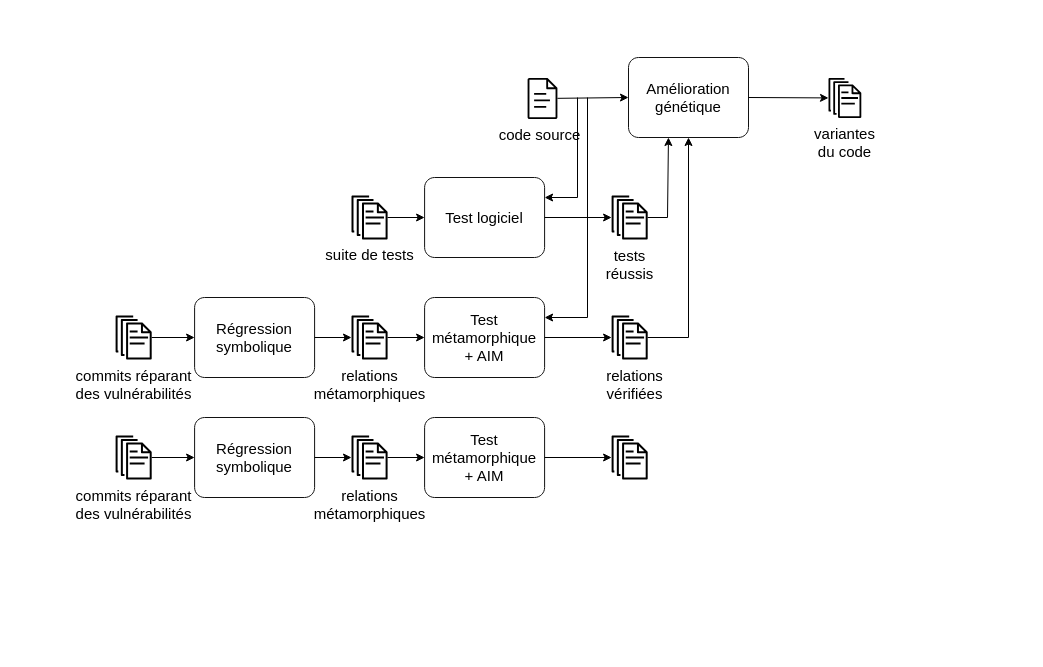
yoann-marquer/Diagrams keeps this draw.io diagram as researchProject2025.drawio. Above is the earlier version. Source tidied: cells renumbered, new cells numbered last; positions are measured from the earlier drawing's top-left corner, leaving out a move shared by most shapes. Both pictures are drawn from the tidied source at 100%, with x=0, y=0 at pixel (63, 57).
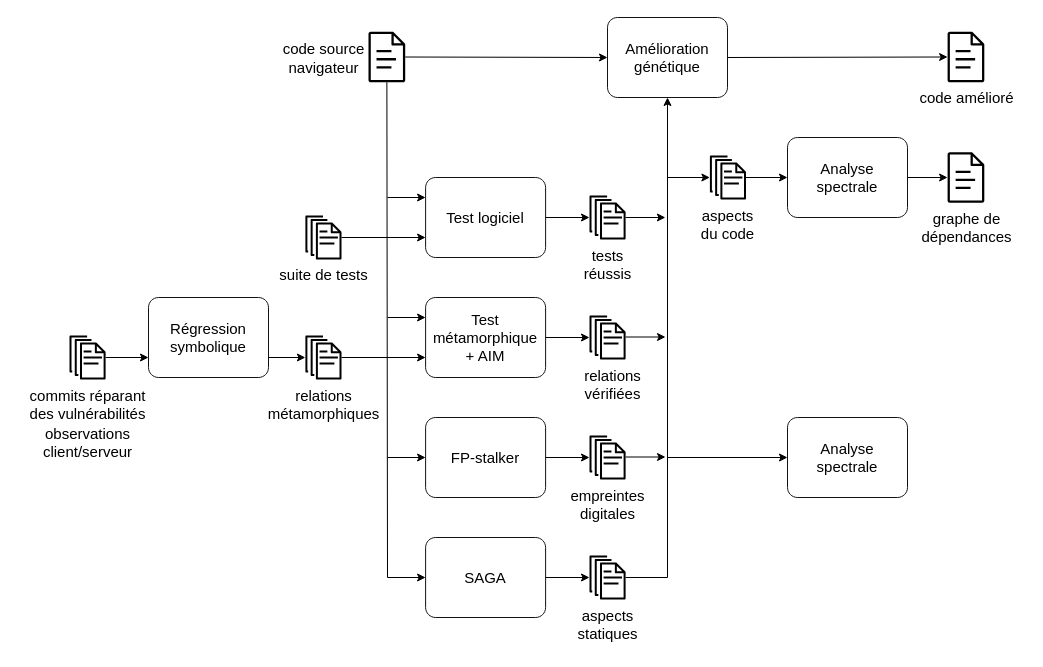
The same diagram, later.

Commit message:
restructuration de tous les aspects

Change to the diagram source:
```diff
@@
     <mxCell id="2" style="sketch=0;outlineConnect=0;fontColor=#232F3E;gradientColor=none;fillColor=light-dark(#000000, #bec8d4);strokeColor=none;dashed=0;verticalLabelPosition=bottom;verticalAlign=top;align=center;html=1;fontSize=12;fontStyle=0;shape=mxgraph.aws4.document;" parent="1" vertex="1">
-      <mxGeometry x="464" y="20.5" width="30" height="41" as="geometry" />
+      <mxGeometry x="304.9" y="-25.8" width="36.9" height="50.5" as="geometry" />
     </mxCell>
     <mxCell id="3" value="&lt;div&gt;Amélioration&lt;/div&gt;&lt;div&gt;génétique&lt;/div&gt;" style="points=[[0.25,0,0],[0.5,0,0],[0.75,0,0],[1,0.25,0],[1,0.5,0],[1,0.75,0],[0.75,1,0],[0.5,1,0],[0.25,1,0],[0,0.75,0],[0,0.5,0],[0,0.25,0]];shape=mxgraph.bpmn.task;whiteSpace=wrap;rectStyle=rounded;size=10;html=1;taskMarker=abstract;strokeColor=#121212;fontSize=15;fillColor=#FFFFFF;" parent="1" vertex="1">
-      <mxGeometry x="565" width="120" height="80" as="geometry" />
+      <mxGeometry x="544" y="-40" width="120" height="80" as="geometry" />
     </mxCell>
@@
-    <mxCell id="5" style="sketch=0;outlineConnect=0;fontColor=#232F3E;gradientColor=none;fillColor=#000000;strokeColor=none;dashed=0;verticalLabelPosition=bottom;verticalAlign=top;align=center;html=1;fontSize=12;fontStyle=0;shape=mxgraph.aws4.documents;" parent="1" vertex="1">
-      <mxGeometry x="765" y="20.5" width="32.8" height="40" as="geometry" />
-    </mxCell>
-    <mxCell id="6" style="endArrow=classic;html=1;rounded=0;exitX=1;exitY=0.5;exitDx=0;exitDy=0;exitPerimeter=0;" parent="1" edge="1" source="3" target="5">
+    <mxCell id="6" style="endArrow=classic;html=1;rounded=0;exitX=1;exitY=0.5;exitDx=0;exitDy=0;exitPerimeter=0;" parent="1" edge="1" source="3" target="58">
       <mxGeometry relative="1" as="geometry" />
     </mxCell>
     <mxCell id="7" value="code source" style="text;html=1;align=center;verticalAlign=middle;strokeColor=none;fillColor=none;fontSize=15;" parent="1" vertex="1">
-      <mxGeometry x="421.1" y="61.5" width="110" height="30" as="geometry" />
+      <mxGeometry x="205" y="-23.8" width="110" height="30" as="geometry" />
     </mxCell>
-    <mxCell id="8" value="&lt;div&gt;variantes&lt;/div&gt;&lt;div&gt;du code&lt;/div&gt;" style="text;html=1;align=center;verticalAlign=middle;strokeColor=none;fillColor=none;fontSize=15;" parent="1" vertex="1">
-      <mxGeometry x="741.4" y="59.5" width="80" height="50" as="geometry" />
+    <mxCell id="8" value="code amélioré" style="text;html=1;align=center;verticalAlign=middle;strokeColor=none;fillColor=none;fontSize=15;" parent="1" vertex="1">
+      <mxGeometry x="842.5" y="24.8" width="120" height="30" as="geometry" />
     </mxCell>
     <mxCell id="9" value="Test logiciel" style="points=[[0.25,0,0],[0.5,0,0],[0.75,0,0],[1,0.25,0],[1,0.5,0],[1,0.75,0],[0.75,1,0],[0.5,1,0],[0.25,1,0],[0,0.75,0],[0,0.5,0],[0,0.25,0]];shape=mxgraph.bpmn.task;whiteSpace=wrap;rectStyle=rounded;size=10;html=1;taskMarker=abstract;strokeColor=#121212;fontSize=15;fillColor=#FFFFFF;" parent="1" vertex="1">
-      <mxGeometry x="361.1" y="120" width="120" height="80" as="geometry" />
+      <mxGeometry x="362.1" y="120" width="120" height="80" as="geometry" />
     </mxCell>
     <mxCell id="10" style="sketch=0;outlineConnect=0;fontColor=#232F3E;gradientColor=none;fillColor=#000000;strokeColor=none;dashed=0;verticalLabelPosition=bottom;verticalAlign=top;align=center;html=1;fontSize=12;fontStyle=0;shape=mxgraph.aws4.documents;" parent="1" vertex="1">
-      <mxGeometry x="288" y="138" width="36.1" height="44" as="geometry" />
+      <mxGeometry x="241.9" y="158" width="36.1" height="44" as="geometry" />
     </mxCell>
-    <mxCell id="11" style="endArrow=classic;html=1;rounded=0;entryX=0;entryY=0.5;entryDx=0;entryDy=0;entryPerimeter=0;" parent="1" edge="1" source="10" target="9">
+    <mxCell id="11" style="endArrow=classic;html=1;rounded=0;entryX=0;entryY=0.75;entryDx=0;entryDy=0;entryPerimeter=0;" parent="1" edge="1" source="10" target="9">
       <mxGeometry relative="1" as="geometry" />
     </mxCell>
     <mxCell id="12" value="suite de tests" style="text;html=1;align=center;verticalAlign=middle;strokeColor=none;fillColor=none;fontSize=15;" parent="1" vertex="1">
-      <mxGeometry x="251.1" y="182" width="110" height="30" as="geometry" />
+      <mxGeometry x="205" y="202" width="110" height="30" as="geometry" />
     </mxCell>
     <mxCell id="13" value="Test métamorphique&lt;br&gt;+ AIM" style="points=[[0.25,0,0],[0.5,0,0],[0.75,0,0],[1,0.25,0],[1,0.5,0],[1,0.75,0],[0.75,1,0],[0.5,1,0],[0.25,1,0],[0,0.75,0],[0,0.5,0],[0,0.25,0]];shape=mxgraph.bpmn.task;whiteSpace=wrap;rectStyle=rounded;size=10;html=1;taskMarker=abstract;strokeColor=#121212;fontSize=15;fillColor=#FFFFFF;" parent="1" vertex="1">
-      <mxGeometry x="361.1" y="240" width="120" height="80" as="geometry" />
+      <mxGeometry x="362.1" y="240" width="120" height="80" as="geometry" />
     </mxCell>
     <mxCell id="14" style="sketch=0;outlineConnect=0;fontColor=#232F3E;gradientColor=none;fillColor=#000000;strokeColor=none;dashed=0;verticalLabelPosition=bottom;verticalAlign=top;align=center;html=1;fontSize=12;fontStyle=0;shape=mxgraph.aws4.documents;" parent="1" vertex="1">
-      <mxGeometry x="288" y="258" width="36.1" height="44" as="geometry" />
+      <mxGeometry x="241.9" y="278" width="36.1" height="44" as="geometry" />
     </mxCell>
-    <mxCell id="15" style="endArrow=classic;html=1;rounded=0;entryX=0;entryY=0.5;entryDx=0;entryDy=0;entryPerimeter=0;" parent="1" edge="1" source="14" target="13">
+    <mxCell id="15" style="endArrow=classic;html=1;rounded=0;entryX=0;entryY=0.75;entryDx=0;entryDy=0;entryPerimeter=0;" parent="1" edge="1" source="14" target="13">
       <mxGeometry relative="1" as="geometry" />
     </mxCell>
     <mxCell id="16" value="&lt;div&gt;relations&lt;/div&gt;&lt;div&gt;métamorphiques&lt;/div&gt;" style="text;html=1;align=center;verticalAlign=middle;strokeColor=none;fillColor=none;fontSize=15;" parent="1" vertex="1">
-      <mxGeometry x="236.1" y="302" width="140" height="50" as="geometry" />
+      <mxGeometry x="190" y="322" width="140" height="50" as="geometry" />
     </mxCell>
     <mxCell id="17" value="Régression symbolique" style="points=[[0.25,0,0],[0.5,0,0],[0.75,0,0],[1,0.25,0],[1,0.5,0],[1,0.75,0],[0.75,1,0],[0.5,1,0],[0.25,1,0],[0,0.75,0],[0,0.5,0],[0,0.25,0]];shape=mxgraph.bpmn.task;whiteSpace=wrap;rectStyle=rounded;size=10;html=1;taskMarker=abstract;strokeColor=#121212;fontSize=15;fillColor=#FFFFFF;" parent="1" vertex="1">
-      <mxGeometry x="131.1" y="240" width="120" height="80" as="geometry" />
+      <mxGeometry x="85" y="240" width="120" height="80" as="geometry" />
     </mxCell>
-    <mxCell id="18" style="endArrow=classic;html=1;rounded=0;exitX=1;exitY=0.5;exitDx=0;exitDy=0;exitPerimeter=0;" parent="1" edge="1" source="17" target="14">
+    <mxCell id="18" style="endArrow=classic;html=1;rounded=0;exitX=1;exitY=0.75;exitDx=0;exitDy=0;exitPerimeter=0;" parent="1" edge="1" source="17" target="14">
       <mxGeometry relative="1" as="geometry" />
     </mxCell>
     <mxCell id="19" style="sketch=0;outlineConnect=0;fontColor=#232F3E;gradientColor=none;fillColor=#000000;strokeColor=none;dashed=0;verticalLabelPosition=bottom;verticalAlign=top;align=center;html=1;fontSize=12;fontStyle=0;shape=mxgraph.aws4.documents;" parent="1" vertex="1">
-      <mxGeometry x="52.1" y="258" width="36.1" height="44" as="geometry" />
+      <mxGeometry x="6" y="278" width="36.1" height="44" as="geometry" />
     </mxCell>
-    <mxCell id="20" style="endArrow=classic;html=1;rounded=0;entryX=0;entryY=0.5;entryDx=0;entryDy=0;entryPerimeter=0;" parent="1" edge="1" source="19" target="17">
+    <mxCell id="20" style="endArrow=classic;html=1;rounded=0;entryX=0;entryY=0.75;entryDx=0;entryDy=0;entryPerimeter=0;" parent="1" edge="1" source="19" target="17">
       <mxGeometry relative="1" as="geometry" />
     </mxCell>
     <mxCell id="21" value="&lt;div&gt;commits réparant&lt;/div&gt;&lt;div&gt;des vulnérabilités&lt;/div&gt;" style="text;html=1;align=center;verticalAlign=middle;strokeColor=none;fillColor=none;fontSize=15;" parent="1" vertex="1">
-      <mxGeometry x="0.1" y="302" width="140" height="50" as="geometry" />
+      <mxGeometry x="-46" y="322" width="140" height="50" as="geometry" />
     </mxCell>
     <mxCell id="22" style="sketch=0;outlineConnect=0;fontColor=#232F3E;gradientColor=none;fillColor=#000000;strokeColor=none;dashed=0;verticalLabelPosition=bottom;verticalAlign=top;align=center;html=1;fontSize=12;fontStyle=0;shape=mxgraph.aws4.documents;" parent="1" vertex="1">
-      <mxGeometry x="548.1" y="138" width="36.1" height="44" as="geometry" />
+      <mxGeometry x="526" y="138" width="36.1" height="44" as="geometry" />
     </mxCell>
     <mxCell id="23" value="&lt;div&gt;tests&lt;/div&gt;&lt;div&gt;réussis&lt;/div&gt;" style="text;html=1;align=center;verticalAlign=middle;strokeColor=none;fillColor=none;fontSize=15;" parent="1" vertex="1">
-      <mxGeometry x="531.1" y="182" width="70" height="50" as="geometry" />
+      <mxGeometry x="509" y="182" width="70" height="50" as="geometry" />
     </mxCell>
@@
-    <mxCell id="25" style="endArrow=classic;html=1;rounded=0;entryX=1;entryY=0.25;entryDx=0;entryDy=0;entryPerimeter=0;" parent="1" edge="1" target="9">
-      <mxGeometry relative="1" as="geometry">
-        <mxPoint x="514" y="40" as="sourcePoint" />
-        <Array as="points">
-          <mxPoint x="514" y="140" />
-        </Array>
-      </mxGeometry>
-    </mxCell>
-    <mxCell id="26" style="endArrow=classic;html=1;rounded=0;entryX=0.333;entryY=1;entryDx=0;entryDy=0;entryPerimeter=0;" parent="1" edge="1" source="22" target="3">
-      <mxGeometry relative="1" as="geometry">
-        <Array as="points">
-          <mxPoint x="604" y="160" />
-        </Array>
-      </mxGeometry>
-    </mxCell>
     <mxCell id="27" style="sketch=0;outlineConnect=0;fontColor=#232F3E;gradientColor=none;fillColor=#000000;strokeColor=none;dashed=0;verticalLabelPosition=bottom;verticalAlign=top;align=center;html=1;fontSize=12;fontStyle=0;shape=mxgraph.aws4.documents;" parent="1" vertex="1">
-      <mxGeometry x="548.1" y="258" width="36.1" height="44" as="geometry" />
+      <mxGeometry x="526" y="258" width="36.1" height="44" as="geometry" />
     </mxCell>
@@
     <mxCell id="29" value="&lt;div&gt;relations&lt;/div&gt;&lt;div&gt;vérifiées&lt;/div&gt;" style="text;html=1;align=center;verticalAlign=middle;strokeColor=none;fillColor=none;fontSize=15;" parent="1" vertex="1">
-      <mxGeometry x="531.1" y="302" width="80" height="50" as="geometry" />
+      <mxGeometry x="509" y="302" width="80" height="50" as="geometry" />
     </mxCell>
-    <mxCell id="30" style="endArrow=classic;html=1;rounded=0;entryX=0.5;entryY=1;entryDx=0;entryDy=0;entryPerimeter=0;" parent="1" edge="1" source="27" target="3">
+    <mxCell id="30" style="endArrow=classic;html=1;rounded=0;entryX=0.5;entryY=1;entryDx=0;entryDy=0;entryPerimeter=0;" parent="1" edge="1" source="49" target="3">
       <mxGeometry relative="1" as="geometry">
         <Array as="points">
-          <mxPoint x="625" y="280" />
+          <mxPoint x="604" y="520" />
         </Array>
       </mxGeometry>
     </mxCell>
-    <mxCell id="31" style="endArrow=classic;html=1;rounded=0;entryX=1;entryY=0.25;entryDx=0;entryDy=0;entryPerimeter=0;" parent="1" edge="1" target="13">
+    <mxCell id="31" style="endArrow=classic;html=1;rounded=0;entryX=0;entryY=0.5;entryDx=0;entryDy=0;entryPerimeter=0;" parent="1" edge="1" source="2" target="48">
       <mxGeometry relative="1" as="geometry">
-        <mxPoint x="524" y="40" as="sourcePoint" />
         <Array as="points">
-          <mxPoint x="524" y="260" />
+          <mxPoint x="324" y="520" />
         </Array>
       </mxGeometry>
     </mxCell>
-    <mxCell id="32" value="Test métamorphique&lt;br&gt;+ AIM" style="points=[[0.25,0,0],[0.5,0,0],[0.75,0,0],[1,0.25,0],[1,0.5,0],[1,0.75,0],[0.75,1,0],[0.5,1,0],[0.25,1,0],[0,0.75,0],[0,0.5,0],[0,0.25,0]];shape=mxgraph.bpmn.task;whiteSpace=wrap;rectStyle=rounded;size=10;html=1;taskMarker=abstract;strokeColor=#121212;fontSize=15;fillColor=#FFFFFF;" parent="1" vertex="1">
-      <mxGeometry x="361.1" y="360" width="120" height="80" as="geometry" />
-    </mxCell>
-    <mxCell id="33" style="sketch=0;outlineConnect=0;fontColor=#232F3E;gradientColor=none;fillColor=#000000;strokeColor=none;dashed=0;verticalLabelPosition=bottom;verticalAlign=top;align=center;html=1;fontSize=12;fontStyle=0;shape=mxgraph.aws4.documents;" parent="1" vertex="1">
-      <mxGeometry x="288" y="378" width="36.1" height="44" as="geometry" />
-    </mxCell>
-    <mxCell id="34" style="endArrow=classic;html=1;rounded=0;entryX=0;entryY=0.5;entryDx=0;entryDy=0;entryPerimeter=0;" parent="1" edge="1" source="33" target="32">
-      <mxGeometry relative="1" as="geometry" />
-    </mxCell>
-    <mxCell id="35" value="&lt;div&gt;relations&lt;/div&gt;&lt;div&gt;métamorphiques&lt;/div&gt;" style="text;html=1;align=center;verticalAlign=middle;strokeColor=none;fillColor=none;fontSize=15;" parent="1" vertex="1">
-      <mxGeometry x="236.1" y="422" width="140" height="50" as="geometry" />
-    </mxCell>
-    <mxCell id="36" value="Régression symbolique" style="points=[[0.25,0,0],[0.5,0,0],[0.75,0,0],[1,0.25,0],[1,0.5,0],[1,0.75,0],[0.75,1,0],[0.5,1,0],[0.25,1,0],[0,0.75,0],[0,0.5,0],[0,0.25,0]];shape=mxgraph.bpmn.task;whiteSpace=wrap;rectStyle=rounded;size=10;html=1;taskMarker=abstract;strokeColor=#121212;fontSize=15;fillColor=#FFFFFF;" parent="1" vertex="1">
-      <mxGeometry x="131.1" y="360" width="120" height="80" as="geometry" />
-    </mxCell>
-    <mxCell id="37" style="endArrow=classic;html=1;rounded=0;exitX=1;exitY=0.5;exitDx=0;exitDy=0;exitPerimeter=0;" parent="1" edge="1" source="36" target="33">
-      <mxGeometry relative="1" as="geometry" />
-    </mxCell>
-    <mxCell id="38" style="sketch=0;outlineConnect=0;fontColor=#232F3E;gradientColor=none;fillColor=#000000;strokeColor=none;dashed=0;verticalLabelPosition=bottom;verticalAlign=top;align=center;html=1;fontSize=12;fontStyle=0;shape=mxgraph.aws4.documents;" parent="1" vertex="1">
-      <mxGeometry x="52.1" y="378" width="36.1" height="44" as="geometry" />
-    </mxCell>
-    <mxCell id="39" style="endArrow=classic;html=1;rounded=0;entryX=0;entryY=0.5;entryDx=0;entryDy=0;entryPerimeter=0;" parent="1" edge="1" source="38" target="36">
-      <mxGeometry relative="1" as="geometry" />
-    </mxCell>
-    <mxCell id="40" value="&lt;div&gt;commits réparant&lt;/div&gt;&lt;div&gt;des vulnérabilités&lt;/div&gt;" style="text;html=1;align=center;verticalAlign=middle;strokeColor=none;fillColor=none;fontSize=15;" parent="1" vertex="1">
-      <mxGeometry x="0.1" y="422" width="140" height="50" as="geometry" />
+    <mxCell id="40" value="&lt;div&gt;observations&lt;/div&gt;&lt;div&gt;client/serveur&lt;/div&gt;" style="text;html=1;align=center;verticalAlign=middle;strokeColor=none;fillColor=none;fontSize=15;" parent="1" vertex="1">
+      <mxGeometry x="-31" y="360" width="110" height="50" as="geometry" />
     </mxCell>
-    <mxCell id="41" style="sketch=0;outlineConnect=0;fontColor=#232F3E;gradientColor=none;fillColor=#000000;strokeColor=none;dashed=0;verticalLabelPosition=bottom;verticalAlign=top;align=center;html=1;fontSize=12;fontStyle=0;shape=mxgraph.aws4.documents;" parent="1" vertex="1">
-      <mxGeometry x="548.1" y="378" width="36.1" height="44" as="geometry" />
-    </mxCell>
-    <mxCell id="42" style="endArrow=classic;html=1;rounded=0;" parent="1" edge="1" source="32" target="41">
-      <mxGeometry relative="1" as="geometry" />
-    </mxCell>
+    <mxCell id="43" value="navigateur" style="text;html=1;align=center;verticalAlign=middle;strokeColor=none;fillColor=none;fontSize=15;" parent="1" vertex="1">
+      <mxGeometry x="215" y="-5.2" width="90" height="30" as="geometry" />
+    </mxCell>
+    <mxCell id="44" value="FP-stalker" style="points=[[0.25,0,0],[0.5,0,0],[0.75,0,0],[1,0.25,0],[1,0.5,0],[1,0.75,0],[0.75,1,0],[0.5,1,0],[0.25,1,0],[0,0.75,0],[0,0.5,0],[0,0.25,0]];shape=mxgraph.bpmn.task;whiteSpace=wrap;rectStyle=rounded;size=10;html=1;taskMarker=abstract;strokeColor=#121212;fontSize=15;fillColor=#FFFFFF;" parent="1" vertex="1">
+      <mxGeometry x="362.1" y="360" width="120" height="80" as="geometry" />
+    </mxCell>
+    <mxCell id="45" style="sketch=0;outlineConnect=0;fontColor=#232F3E;gradientColor=none;fillColor=#000000;strokeColor=none;dashed=0;verticalLabelPosition=bottom;verticalAlign=top;align=center;html=1;fontSize=12;fontStyle=0;shape=mxgraph.aws4.documents;" parent="1" vertex="1">
+      <mxGeometry x="526" y="378" width="36.1" height="44" as="geometry" />
+    </mxCell>
+    <mxCell id="46" style="endArrow=classic;html=1;rounded=0;exitX=1;exitY=0.5;exitDx=0;exitDy=0;exitPerimeter=0;" parent="1" edge="1" source="44" target="45">
+      <mxGeometry relative="1" as="geometry" />
+    </mxCell>
+    <mxCell id="47" value="&lt;div&gt;empreintes&lt;/div&gt;&lt;div&gt;digitales&lt;/div&gt;" style="text;html=1;align=center;verticalAlign=middle;strokeColor=none;fillColor=none;fontSize=15;" parent="1" vertex="1">
+      <mxGeometry x="494" y="422" width="100" height="50" as="geometry" />
+    </mxCell>
+    <mxCell id="48" value="SAGA" style="points=[[0.25,0,0],[0.5,0,0],[0.75,0,0],[1,0.25,0],[1,0.5,0],[1,0.75,0],[0.75,1,0],[0.5,1,0],[0.25,1,0],[0,0.75,0],[0,0.5,0],[0,0.25,0]];shape=mxgraph.bpmn.task;whiteSpace=wrap;rectStyle=rounded;size=10;html=1;taskMarker=abstract;strokeColor=#121212;fontSize=15;fillColor=#FFFFFF;" parent="1" vertex="1">
+      <mxGeometry x="362.1" y="480" width="120" height="80" as="geometry" />
+    </mxCell>
+    <mxCell id="49" style="sketch=0;outlineConnect=0;fontColor=#232F3E;gradientColor=none;fillColor=#000000;strokeColor=none;dashed=0;verticalLabelPosition=bottom;verticalAlign=top;align=center;html=1;fontSize=12;fontStyle=0;shape=mxgraph.aws4.documents;" parent="1" vertex="1">
+      <mxGeometry x="526" y="498" width="36.1" height="44" as="geometry" />
+    </mxCell>
+    <mxCell id="50" style="endArrow=classic;html=1;rounded=0;exitX=1;exitY=0.5;exitDx=0;exitDy=0;exitPerimeter=0;" parent="1" edge="1" source="48" target="49">
+      <mxGeometry relative="1" as="geometry" />
+    </mxCell>
+    <mxCell id="51" value="&lt;div&gt;aspects&lt;/div&gt;&lt;div&gt;statiques&lt;/div&gt;" style="text;html=1;align=center;verticalAlign=middle;strokeColor=none;fillColor=none;fontSize=15;" parent="1" vertex="1">
+      <mxGeometry x="504" y="542" width="80" height="50" as="geometry" />
+    </mxCell>
+    <mxCell id="52" style="endArrow=classic;html=1;rounded=0;" parent="1" edge="1" source="22">
+      <mxGeometry relative="1" as="geometry">
+        <mxPoint x="601.9" y="160" as="targetPoint" />
+      </mxGeometry>
+    </mxCell>
+    <mxCell id="53" style="endArrow=classic;html=1;rounded=0;entryX=0;entryY=0.25;entryDx=0;entryDy=0;entryPerimeter=0;" parent="1" edge="1" target="9">
+      <mxGeometry relative="1" as="geometry">
+        <mxPoint x="324" y="140" as="sourcePoint" />
+      </mxGeometry>
+    </mxCell>
+    <mxCell id="54" style="endArrow=classic;html=1;rounded=0;entryX=0;entryY=0.25;entryDx=0;entryDy=0;entryPerimeter=0;" parent="1" edge="1" target="13">
+      <mxGeometry relative="1" as="geometry">
+        <mxPoint x="324" y="260" as="sourcePoint" />
+      </mxGeometry>
+    </mxCell>
+    <mxCell id="55" style="endArrow=classic;html=1;rounded=0;entryX=0;entryY=0.5;entryDx=0;entryDy=0;entryPerimeter=0;" parent="1" edge="1" target="44">
+      <mxGeometry relative="1" as="geometry">
+        <mxPoint x="324" y="400" as="sourcePoint" />
+      </mxGeometry>
+    </mxCell>
+    <mxCell id="56" style="endArrow=classic;html=1;rounded=0;" parent="1" edge="1">
+      <mxGeometry relative="1" as="geometry">
+        <mxPoint x="562" y="279.5" as="sourcePoint" />
+        <mxPoint x="602" y="279.5" as="targetPoint" />
+      </mxGeometry>
+    </mxCell>
+    <mxCell id="57" style="endArrow=classic;html=1;rounded=0;" parent="1" edge="1">
+      <mxGeometry relative="1" as="geometry">
+        <mxPoint x="562" y="399.5" as="sourcePoint" />
+        <mxPoint x="602" y="399.5" as="targetPoint" />
+      </mxGeometry>
+    </mxCell>
+    <mxCell id="58" style="sketch=0;outlineConnect=0;fontColor=#232F3E;gradientColor=none;fillColor=light-dark(#000000, #bec8d4);strokeColor=none;dashed=0;verticalLabelPosition=bottom;verticalAlign=top;align=center;html=1;fontSize=12;fontStyle=0;shape=mxgraph.aws4.document;" parent="1" vertex="1">
+      <mxGeometry x="884" y="-25.8" width="36.9" height="50.5" as="geometry" />
+    </mxCell>
+    <mxCell id="59" value="Analyse spectrale" style="points=[[0.25,0,0],[0.5,0,0],[0.75,0,0],[1,0.25,0],[1,0.5,0],[1,0.75,0],[0.75,1,0],[0.5,1,0],[0.25,1,0],[0,0.75,0],[0,0.5,0],[0,0.25,0]];shape=mxgraph.bpmn.task;whiteSpace=wrap;rectStyle=rounded;size=10;html=1;taskMarker=abstract;strokeColor=#121212;fontSize=15;fillColor=#FFFFFF;" parent="1" vertex="1">
+      <mxGeometry x="724" y="80" width="120" height="80" as="geometry" />
+    </mxCell>
+    <mxCell id="60" style="endArrow=classic;html=1;rounded=0;" parent="1" edge="1" target="61">
+      <mxGeometry relative="1" as="geometry">
+        <mxPoint x="604" y="120" as="sourcePoint" />
+      </mxGeometry>
+    </mxCell>
+    <mxCell id="61" style="sketch=0;outlineConnect=0;fontColor=#232F3E;gradientColor=none;fillColor=#000000;strokeColor=none;dashed=0;verticalLabelPosition=bottom;verticalAlign=top;align=center;html=1;fontSize=12;fontStyle=0;shape=mxgraph.aws4.documents;" parent="1" vertex="1">
+      <mxGeometry x="646.4" y="98" width="36.1" height="44" as="geometry" />
+    </mxCell>
+    <mxCell id="62" style="endArrow=classic;html=1;rounded=0;entryX=0;entryY=0.5;entryDx=0;entryDy=0;entryPerimeter=0;" parent="1" edge="1" source="61" target="59">
+      <mxGeometry relative="1" as="geometry" />
+    </mxCell>
+    <mxCell id="63" value="&lt;div&gt;aspects&lt;/div&gt;&lt;div&gt;du code&lt;/div&gt;" style="text;html=1;align=center;verticalAlign=middle;strokeColor=none;fillColor=none;fontSize=15;" parent="1" vertex="1">
+      <mxGeometry x="624.4" y="142" width="80" height="50" as="geometry" />
+    </mxCell>
+    <mxCell id="64" style="sketch=0;outlineConnect=0;fontColor=#232F3E;gradientColor=none;fillColor=light-dark(#000000, #bec8d4);strokeColor=none;dashed=0;verticalLabelPosition=bottom;verticalAlign=top;align=center;html=1;fontSize=12;fontStyle=0;shape=mxgraph.aws4.document;" parent="1" vertex="1">
+      <mxGeometry x="884" y="94.8" width="36.9" height="50.5" as="geometry" />
+    </mxCell>
+    <mxCell id="65" style="endArrow=classic;html=1;rounded=0;exitX=1;exitY=0.5;exitDx=0;exitDy=0;exitPerimeter=0;" parent="1" edge="1" source="59" target="64">
+      <mxGeometry relative="1" as="geometry" />
+    </mxCell>
+    <mxCell id="66" value="&lt;div&gt;graphe de&lt;/div&gt;&lt;div&gt;dépendances&lt;/div&gt;" style="text;html=1;align=center;verticalAlign=middle;strokeColor=none;fillColor=none;fontSize=15;" parent="1" vertex="1">
+      <mxGeometry x="847.5" y="145.2" width="110" height="50" as="geometry" />
+    </mxCell>
+    <mxCell id="67" value="Analyse spectrale" style="points=[[0.25,0,0],[0.5,0,0],[0.75,0,0],[1,0.25,0],[1,0.5,0],[1,0.75,0],[0.75,1,0],[0.5,1,0],[0.25,1,0],[0,0.75,0],[0,0.5,0],[0,0.25,0]];shape=mxgraph.bpmn.task;whiteSpace=wrap;rectStyle=rounded;size=10;html=1;taskMarker=abstract;strokeColor=#121212;fontSize=15;fillColor=#FFFFFF;" parent="1" vertex="1">
+      <mxGeometry x="724" y="360" width="120" height="80" as="geometry" />
+    </mxCell>
+    <mxCell id="68" style="endArrow=classic;html=1;rounded=0;entryX=0;entryY=0.5;entryDx=0;entryDy=0;entryPerimeter=0;" parent="1" edge="1" target="67">
+      <mxGeometry relative="1" as="geometry">
+        <mxPoint x="604" y="400" as="sourcePoint" />
+      </mxGeometry>
+    </mxCell>
```
